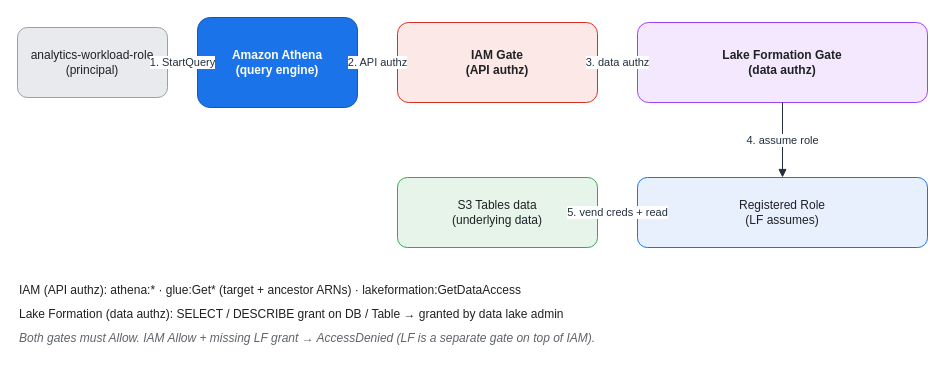
Earlier version of the draw.io diagram assets/img/aws/analytics-stack-07-lake-formation.drawio (KKamJi98/kkamji98.github.io). Source tidied: cells renumbered, new cells numbered last; positions are measured from the earlier drawing's top-left corner, leaving out a move shared by most shapes. Both pictures are drawn from the tidied source at 100%, with x=0, y=0 at pixel (17, 17).
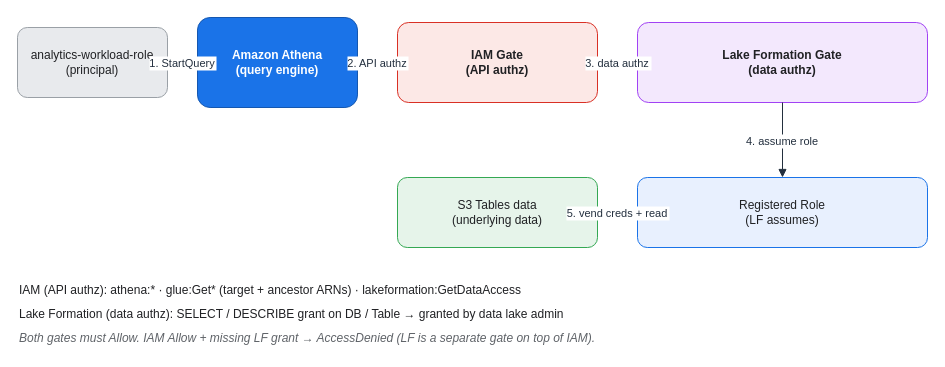
Above is the later version.

What changed in the source:
```diff
@@
 <mxGraphModel>
   <root>
     <mxCell id="0" />
     <mxCell id="1" parent="0" />
     <mxCell id="2" value="analytics-workload-role&#10;(principal)" style="rounded=1;whiteSpace=wrap;html=1;arcSize=14;shadow=0;fillColor=#E8EAED;strokeColor=#9AA0A6;fontColor=#202124;" parent="1" vertex="1">
       <mxGeometry y="10" width="150" height="70" as="geometry" />
     </mxCell>
     <mxCell id="3" value="Amazon Athena&#10;(query engine)" style="rounded=1;whiteSpace=wrap;html=1;arcSize=14;shadow=0;fillColor=#1A73E8;strokeColor=#1457B0;fontColor=#FFFFFF;fontStyle=1;" parent="1" vertex="1">
       <mxGeometry x="180" width="160" height="90" as="geometry" />
     </mxCell>
     <mxCell id="4" value="IAM Gate&#10;(API authz)" style="rounded=1;whiteSpace=wrap;html=1;arcSize=14;shadow=0;fillColor=#FCE8E6;strokeColor=#D93025;fontColor=#202124;fontStyle=1;" parent="1" vertex="1">
       <mxGeometry x="380" y="5" width="200" height="80" as="geometry" />
     </mxCell>
     <mxCell id="5" value="Lake Formation Gate&#10;(data authz)" style="rounded=1;whiteSpace=wrap;html=1;arcSize=14;shadow=0;fillColor=#F3E8FD;strokeColor=#A142F4;fontColor=#202124;fontStyle=1;" parent="1" vertex="1">
       <mxGeometry x="620" y="5" width="290" height="80" as="geometry" />
     </mxCell>
     <mxCell id="6" value="Registered Role&#10;(LF assumes)" style="rounded=1;whiteSpace=wrap;html=1;arcSize=14;shadow=0;fillColor=#E8F0FE;strokeColor=#1A73E8;fontColor=#202124;" parent="1" vertex="1">
       <mxGeometry x="620" y="160" width="290" height="70" as="geometry" />
     </mxCell>
     <mxCell id="7" value="S3 Tables data&#10;(underlying data)" style="rounded=1;whiteSpace=wrap;html=1;arcSize=14;shadow=0;fillColor=#E6F4EA;strokeColor=#34A853;fontColor=#202124;" parent="1" vertex="1">
       <mxGeometry x="380" y="160" width="200" height="70" as="geometry" />
     </mxCell>
-    <mxCell id="8" value="1. StartQuery" style="edgeStyle=orthogonalEdgeStyle;rounded=1;html=1;fontColor=#232F3E;strokeColor=#232F3E;labelBackgroundColor=#FFFFFF;endArrow=block;exitX=1;exitY=0.5;exitDx=0;exitDy=0;entryX=0;entryY=0.5;entryDx=0;entryDy=0;" parent="1" edge="1" source="2" target="3">
+    <mxCell id="8" value="1. StartQuery" style="edgeStyle=orthogonalEdgeStyle;rounded=1;html=0;fontColor=#232F3E;strokeColor=#232F3E;labelBackgroundColor=#FFFFFF;endArrow=block;exitX=1;exitY=0.5;exitDx=0;exitDy=0;entryX=0;entryY=0.5;entryDx=0;entryDy=0;" parent="1" edge="1" source="2" target="3">
       <mxGeometry relative="1" as="geometry" />
     </mxCell>
-    <mxCell id="9" value="2. API authz" style="edgeStyle=orthogonalEdgeStyle;rounded=1;html=1;fontColor=#232F3E;strokeColor=#232F3E;labelBackgroundColor=#FFFFFF;endArrow=block;exitX=1;exitY=0.5;exitDx=0;exitDy=0;entryX=0;entryY=0.5;entryDx=0;entryDy=0;" parent="1" edge="1" source="3" target="4">
+    <mxCell id="9" value="2. API authz" style="edgeStyle=orthogonalEdgeStyle;rounded=1;html=0;fontColor=#232F3E;strokeColor=#232F3E;labelBackgroundColor=#FFFFFF;endArrow=block;exitX=1;exitY=0.5;exitDx=0;exitDy=0;entryX=0;entryY=0.5;entryDx=0;entryDy=0;" parent="1" edge="1" source="3" target="4">
       <mxGeometry relative="1" as="geometry" />
     </mxCell>
-    <mxCell id="10" value="3. data authz" style="edgeStyle=orthogonalEdgeStyle;rounded=1;html=1;fontColor=#232F3E;strokeColor=#232F3E;labelBackgroundColor=#FFFFFF;endArrow=block;exitX=1;exitY=0.5;exitDx=0;exitDy=0;entryX=0;entryY=0.5;entryDx=0;entryDy=0;" parent="1" edge="1" source="4" target="5">
+    <mxCell id="10" value="3. data authz" style="edgeStyle=orthogonalEdgeStyle;rounded=1;html=0;fontColor=#232F3E;strokeColor=#232F3E;labelBackgroundColor=#FFFFFF;endArrow=block;exitX=1;exitY=0.5;exitDx=0;exitDy=0;entryX=0;entryY=0.5;entryDx=0;entryDy=0;" parent="1" edge="1" source="4" target="5">
       <mxGeometry relative="1" as="geometry" />
     </mxCell>
-    <mxCell id="11" value="4. assume role" style="edgeStyle=orthogonalEdgeStyle;rounded=1;html=1;fontColor=#232F3E;strokeColor=#232F3E;labelBackgroundColor=#FFFFFF;endArrow=block;exitX=0.5;exitY=1;exitDx=0;exitDy=0;entryX=0.5;entryY=0;entryDx=0;entryDy=0;" parent="1" edge="1" source="5" target="6">
+    <mxCell id="11" value="4. assume role" style="edgeStyle=orthogonalEdgeStyle;rounded=1;html=0;fontColor=#232F3E;strokeColor=#232F3E;labelBackgroundColor=#FFFFFF;endArrow=block;exitX=0.5;exitY=1;exitDx=0;exitDy=0;entryX=0.5;entryY=0;entryDx=0;entryDy=0;" parent="1" edge="1" source="5" target="6">
       <mxGeometry relative="1" as="geometry" />
     </mxCell>
-    <mxCell id="12" value="5. vend creds + read" style="edgeStyle=orthogonalEdgeStyle;rounded=1;html=1;fontColor=#232F3E;strokeColor=#232F3E;labelBackgroundColor=#FFFFFF;endArrow=block;exitX=0;exitY=0.5;exitDx=0;exitDy=0;entryX=1;entryY=0.5;entryDx=0;entryDy=0;" parent="1" edge="1" source="6" target="7">
+    <mxCell id="12" value="5. vend creds + read" style="edgeStyle=orthogonalEdgeStyle;rounded=1;html=0;fontColor=#232F3E;strokeColor=#232F3E;labelBackgroundColor=#FFFFFF;endArrow=block;exitX=0;exitY=0.5;exitDx=0;exitDy=0;entryX=1;entryY=0.5;entryDx=0;entryDy=0;" parent="1" edge="1" source="6" target="7">
       <mxGeometry relative="1" as="geometry" />
     </mxCell>
     <mxCell id="13" value="IAM (API authz):  athena:*  ·  glue:Get* (target + ancestor ARNs)  ·  lakeformation:GetDataAccess" style="text;html=1;align=left;verticalAlign=middle;fontColor=#202124;" parent="1" vertex="1">
       <mxGeometry y="262" width="910" height="22" as="geometry" />
     </mxCell>
     <mxCell id="14" value="Lake Formation (data authz):  SELECT / DESCRIBE grant on DB / Table  →  granted by data lake admin" style="text;html=1;align=left;verticalAlign=middle;fontColor=#202124;" parent="1" vertex="1">
       <mxGeometry y="286" width="910" height="22" as="geometry" />
     </mxCell>
     <mxCell id="15" value="Both gates must Allow.  IAM Allow + missing LF grant  →  AccessDenied (LF is a separate gate on top of IAM)." style="text;html=1;align=left;verticalAlign=middle;fontColor=#5F6368;fontStyle=2;" parent="1" vertex="1">
       <mxGeometry y="310" width="910" height="22" as="geometry" />
     </mxCell>
   </root>
 </mxGraphModel>
```
